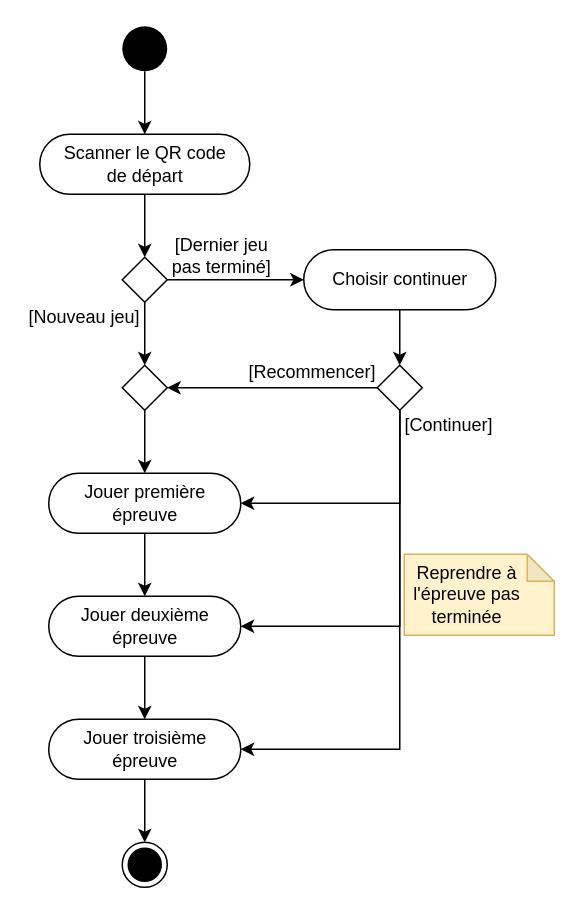
Earlier version of the draw.io diagram docs/assets/diagrams/Activity-full-game.drawio (Bollemii/MASI-mobile-escape-game). Source tidied: cells renumbered, new cells numbered last; positions are measured from the earlier drawing's top-left corner, leaving out a move shared by most shapes. Both pictures are drawn from the tidied source at 150%, with x=0, y=0 at pixel (26, 26).
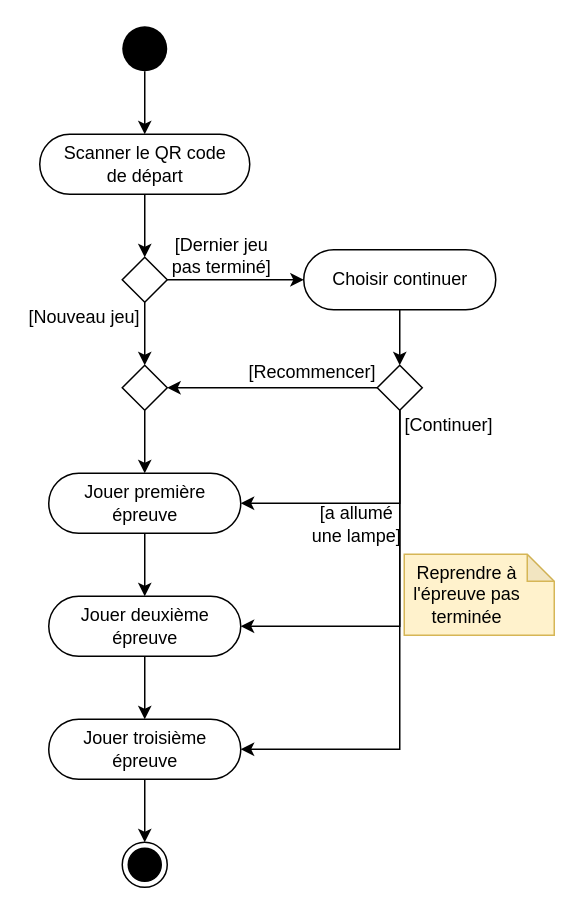
The same diagram, later.

What changed in the source:
```diff
@@
+    <mxCell id="32" value="[a allumé&lt;br&gt;une lampe]" style="text;html=1;strokeColor=none;fillColor=none;align=center;verticalAlign=middle;whiteSpace=wrap;rounded=0;" parent="1" vertex="1">
+      <mxGeometry x="178" y="322" width="85" height="20" as="geometry" />
+    </mxCell>
```
